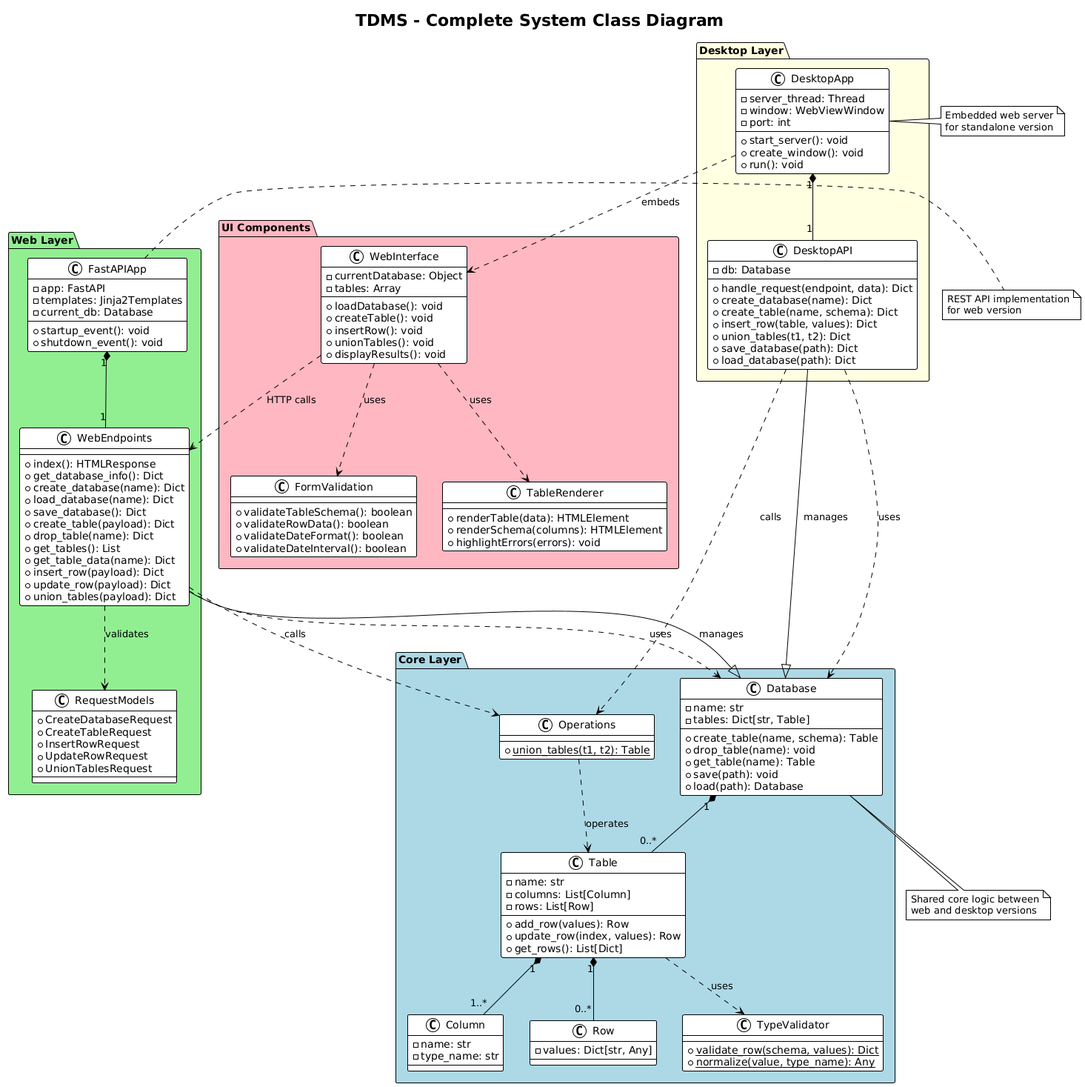
Before: UML/images/10_class_full_system.png, a diagram exported from PlantUML (PavelShpagin/TDMS). The source it was exported from:
```plantuml
@startuml
!theme plain
title TDMS - Complete System Class Diagram

package "Core Layer" #LightBlue {
  class Database {
    - name: str
    - tables: Dict[str, Table]
    + create_table(name, schema): Table
    + drop_table(name): void
    + get_table(name): Table
    + save(path): void
    + load(path): Database
  }

  class Table {
    - name: str
    - columns: List[Column]
    - rows: List[Row]
    + add_row(values): Row
    + update_row(index, values): Row
    + get_rows(): List[Dict]
  }

  class Column {
    - name: str
    - type_name: str
  }

  class Row {
    - values: Dict[str, Any]
  }

  class TypeValidator {
    + {static} validate_row(schema, values): Dict
    + {static} normalize(value, type_name): Any
  }

  class Operations {
    + {static} union_tables(t1, t2): Table
  }
}

package "Web Layer" #LightGreen {
  class FastAPIApp {
    - app: FastAPI
    - templates: Jinja2Templates
    - current_db: Database
    + startup_event(): void
    + shutdown_event(): void
  }

  class WebEndpoints {
    + index(): HTMLResponse
    + get_database_info(): Dict
    + create_database(name): Dict
    + load_database(name): Dict
    + save_database(): Dict
    + create_table(payload): Dict
    + drop_table(name): Dict
    + get_tables(): List
    + get_table_data(name): Dict
    + insert_row(payload): Dict
    + update_row(payload): Dict
    + union_tables(payload): Dict
  }

  class RequestModels {
    + CreateDatabaseRequest
    + CreateTableRequest
    + InsertRowRequest
    + UpdateRowRequest
    + UnionTablesRequest
  }
}

package "Desktop Layer" #LightYellow {
  class DesktopApp {
    - server_thread: Thread
    - window: WebViewWindow
    - port: int
    + start_server(): void
    + create_window(): void
    + run(): void
  }

  class DesktopAPI {
    - db: Database
    + handle_request(endpoint, data): Dict
    + create_database(name): Dict
    + create_table(name, schema): Dict
    + insert_row(table, values): Dict
    + union_tables(t1, t2): Dict
    + save_database(path): Dict
    + load_database(path): Dict
  }
}

package "UI Components" #LightPink {
  class WebInterface {
    - currentDatabase: Object
    - tables: Array
    + loadDatabase(): void
    + createTable(): void
    + insertRow(): void
    + unionTables(): void
    + displayResults(): void
  }

  class FormValidation {
    + validateTableSchema(): boolean
    + validateRowData(): boolean
    + validateDateFormat(): boolean
    + validateDateInterval(): boolean
  }

  class TableRenderer {
    + renderTable(data): HTMLElement
    + renderSchema(columns): HTMLElement
    + highlightErrors(errors): void
  }
}

Database "1" *-- "0..*" Table
Table "1" *-- "1..*" Column
Table "1" *-- "0..*" Row
Table ..> TypeValidator : uses
Operations ..> Table : operates

FastAPIApp "1" *-- "1" WebEndpoints
WebEndpoints ..> Database : uses
WebEndpoints ..> RequestModels : validates
WebEndpoints ..> Operations : calls

DesktopApp "1" *-- "1" DesktopAPI
DesktopAPI ..> Database : uses
DesktopAPI ..> Operations : calls

WebInterface ..> FormValidation : uses
WebInterface ..> TableRenderer : uses
WebInterface ..> WebEndpoints : HTTP calls
DesktopApp ..> WebInterface : embeds

WebEndpoints --|> Database : manages
DesktopAPI --|> Database : manages

note bottom of Database
  Shared core logic between
  web and desktop versions
end note

note right of FastAPIApp
  REST API implementation
  for web version
end note

note left of DesktopApp
  Embedded web server
  for standalone version
end note
@enduml
```
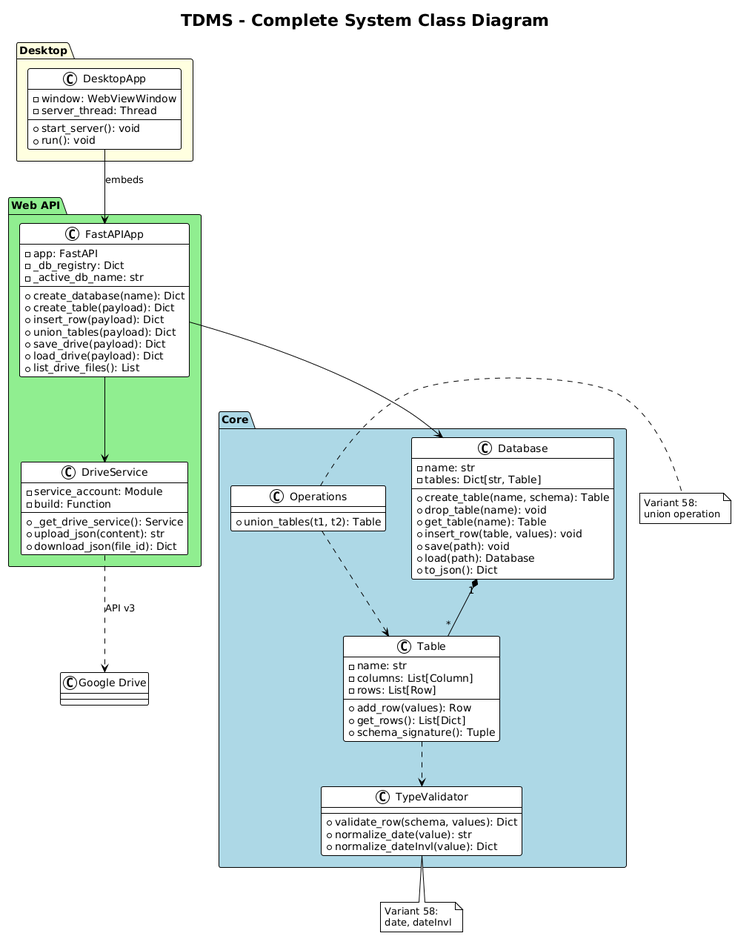
Later version of the same file.

The edit, as a diff of the source:
```diff
@@ -2,15 +2,17 @@
 !theme plain
 title TDMS - Complete System Class Diagram
 
-package "Core Layer" #LightBlue {
+package "Core" #LightBlue {
   class Database {
     - name: str
     - tables: Dict[str, Table]
     + create_table(name, schema): Table
     + drop_table(name): void
     + get_table(name): Table
+    + insert_row(table, values): void
     + save(path): void
     + load(path): Database
+    + to_json(): Dict
   }
 
   class Table {
@@ -18,144 +20,70 @@
     - columns: List[Column]
     - rows: List[Row]
     + add_row(values): Row
-    + update_row(index, values): Row
     + get_rows(): List[Dict]
-  }
-
-  class Column {
-    - name: str
-    - type_name: str
-  }
-
-  class Row {
-    - values: Dict[str, Any]
+    + schema_signature(): Tuple
   }
 
   class TypeValidator {
-    + {static} validate_row(schema, values): Dict
-    + {static} normalize(value, type_name): Any
+    + validate_row(schema, values): Dict
+    + normalize_date(value): str
+    + normalize_dateInvl(value): Dict
   }
 
   class Operations {
-    + {static} union_tables(t1, t2): Table
+    + union_tables(t1, t2): Table
   }
 }
 
-package "Web Layer" #LightGreen {
+package "Web API" #LightGreen {
   class FastAPIApp {
     - app: FastAPI
-    - templates: Jinja2Templates
-    - current_db: Database
-    + startup_event(): void
-    + shutdown_event(): void
+    - _db_registry: Dict
+    - _active_db_name: str
+    + create_database(name): Dict
+    + create_table(payload): Dict
+    + insert_row(payload): Dict
+    + union_tables(payload): Dict
+    + save_drive(payload): Dict
+    + load_drive(payload): Dict
+    + list_drive_files(): List
   }
 
-  class WebEndpoints {
-    + index(): HTMLResponse
-    + get_database_info(): Dict
-    + create_database(name): Dict
-    + load_database(name): Dict
-    + save_database(): Dict
-    + create_table(payload): Dict
-    + drop_table(name): Dict
-    + get_tables(): List
-    + get_table_data(name): Dict
-    + insert_row(payload): Dict
-    + update_row(payload): Dict
-    + union_tables(payload): Dict
-  }
-
-  class RequestModels {
-    + CreateDatabaseRequest
-    + CreateTableRequest
-    + InsertRowRequest
-    + UpdateRowRequest
-    + UnionTablesRequest
+  class DriveService {
+    - service_account: Module
+    - build: Function
+    + _get_drive_service(): Service
+    + upload_json(content): str
+    + download_json(file_id): Dict
   }
 }
 
-package "Desktop Layer" #LightYellow {
+package "Desktop" #LightYellow {
   class DesktopApp {
+    - window: WebViewWindow
     - server_thread: Thread
-    - window: WebViewWindow
-    - port: int
     + start_server(): void
-    + create_window(): void
     + run(): void
-  }
-
-  class DesktopAPI {
-    - db: Database
-    + handle_request(endpoint, data): Dict
-    + create_database(name): Dict
-    + create_table(name, schema): Dict
-    + insert_row(table, values): Dict
-    + union_tables(t1, t2): Dict
-    + save_database(path): Dict
-    + load_database(path): Dict
   }
 }
 
-package "UI Components" #LightPink {
-  class WebInterface {
-    - currentDatabase: Object
-    - tables: Array
-    + loadDatabase(): void
-    + createTable(): void
-    + insertRow(): void
-    + unionTables(): void
-    + displayResults(): void
-  }
+Database "1" *-- "*" Table
+Table ..> TypeValidator
+Operations ..> Table
 
-  class FormValidation {
-    + validateTableSchema(): boolean
-    + validateRowData(): boolean
-    + validateDateFormat(): boolean
-    + validateDateInterval(): boolean
-  }
+FastAPIApp --> Database
+FastAPIApp --> DriveService
+DriveService ..> "Google Drive" : API v3
 
-  class TableRenderer {
-    + renderTable(data): HTMLElement
-    + renderSchema(columns): HTMLElement
-    + highlightErrors(errors): void
-  }
-}
+DesktopApp --> FastAPIApp : embeds
 
-Database "1" *-- "0..*" Table
-Table "1" *-- "1..*" Column
-Table "1" *-- "0..*" Row
-Table ..> TypeValidator : uses
-Operations ..> Table : operates
-
-FastAPIApp "1" *-- "1" WebEndpoints
-WebEndpoints ..> Database : uses
-WebEndpoints ..> RequestModels : validates
-WebEndpoints ..> Operations : calls
-
-DesktopApp "1" *-- "1" DesktopAPI
-DesktopAPI ..> Database : uses
-DesktopAPI ..> Operations : calls
-
-WebInterface ..> FormValidation : uses
-WebInterface ..> TableRenderer : uses
-WebInterface ..> WebEndpoints : HTTP calls
-DesktopApp ..> WebInterface : embeds
-
-WebEndpoints --|> Database : manages
-DesktopAPI --|> Database : manages
-
-note bottom of Database
-  Shared core logic between
-  web and desktop versions
+note bottom of TypeValidator
+  Variant 58:
+  date, dateInvl
 end note
 
-note right of FastAPIApp
-  REST API implementation
-  for web version
-end note
-
-note left of DesktopApp
-  Embedded web server
-  for standalone version
+note right of Operations
+  Variant 58:
+  union operation
 end note
 @enduml
```
